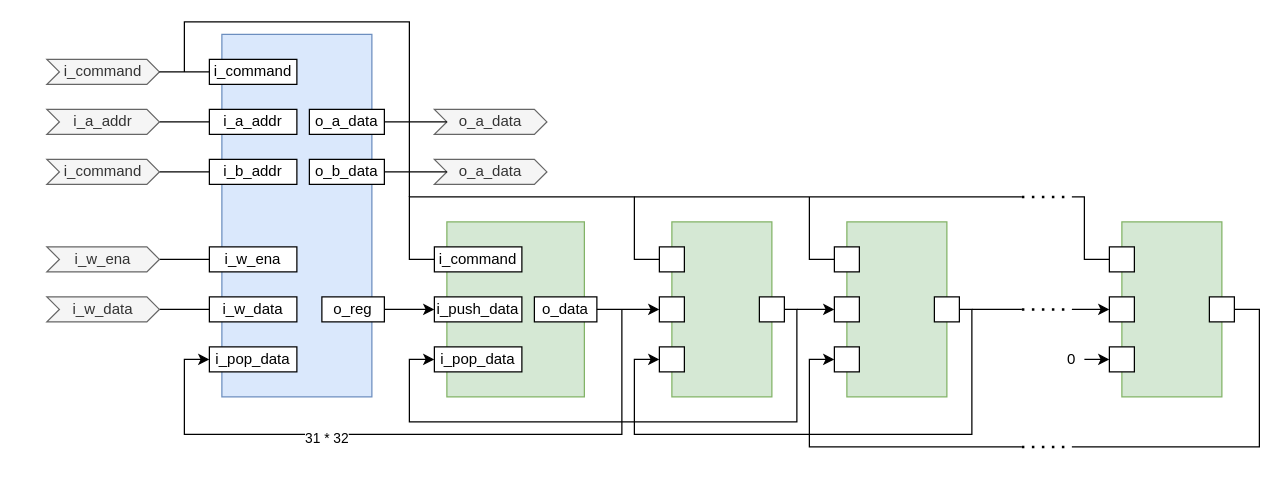
The draw.io diagram images/instance.drawio in hippo-rv/veryl_stacked_regfile, before the edit. Source tidied: cells renumbered, new cells numbered last; positions are measured from the earlier drawing's top-left corner, leaving out a move shared by most shapes. Both pictures are drawn from the tidied source at 125%, with x=0, y=0 at pixel (46, 21).
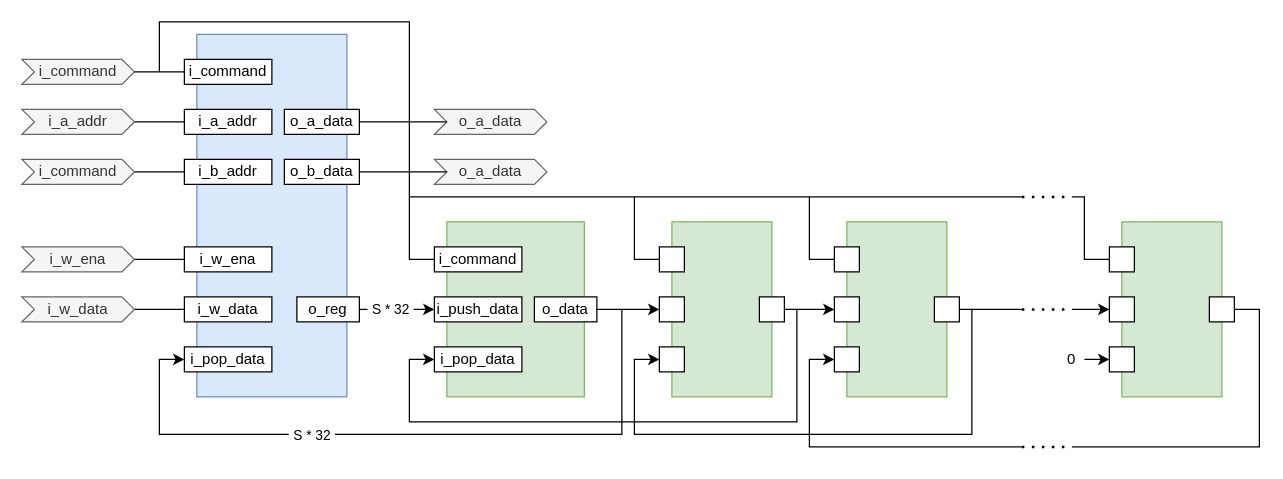
After the change.

The change refers to these unchanged cells:
```xml
<mxCell id="46" style="endArrow=classic;html=1;rounded=0;exitX=1;exitY=0.5;exitDx=0;exitDy=0;entryX=0;entryY=0.5;entryDx=0;entryDy=0;" parent="1" edge="1" source="45" target="6">
  <mxGeometry relative="1" as="geometry" />
</mxCell>
```

Diff of the diagram source:
```diff
@@
     <mxCell id="39" style="rounded=0;whiteSpace=wrap;html=1;fillColor=#dae8fc;strokeColor=#6c8ebf;" parent="1" vertex="1">
-      <mxGeometry x="140" y="10" width="120" height="290" as="geometry" />
+      <mxGeometry x="120" y="10" width="120" height="290" as="geometry" />
     </mxCell>
     <mxCell id="40" style="endArrow=classic;html=1;rounded=0;entryX=0;entryY=0.5;entryDx=0;entryDy=0;" parent="1" edge="1" target="42">
       <mxGeometry relative="1" as="geometry">
         <mxPoint x="460" y="230" as="sourcePoint" />
         <Array as="points">
           <mxPoint x="460" y="330" />
-          <mxPoint x="110" y="330" />
+          <mxPoint x="90" y="330" />
+          <mxPoint x="90" y="270" />
           <mxPoint x="110" y="270" />
         </Array>
       </mxGeometry>
     </mxCell>
-    <mxCell id="41" value="31 * 32" style="edgeLabel;html=1;align=center;verticalAlign=middle;" parent="40" vertex="1">
-      <mxGeometry x="0.27" y="2" relative="1" as="geometry" />
+    <mxCell id="41" value="&amp;nbsp;S * 32&amp;nbsp;" style="edgeLabel;html=1;align=center;verticalAlign=middle;" parent="40" vertex="1">
+      <mxGeometry x="0.27" y="2" relative="1" as="geometry">
+        <mxPoint y="-2" as="offset" />
+      </mxGeometry>
     </mxCell>
     <mxCell id="42" value="i_pop_data" style="rounded=0;whiteSpace=wrap;html=1;" parent="1" vertex="1">
-      <mxGeometry x="130" y="260" width="70" height="20" as="geometry" />
+      <mxGeometry x="110" y="260" width="70" height="20" as="geometry" />
     </mxCell>
     <mxCell id="43" value="i_command" style="rounded=0;whiteSpace=wrap;html=1;" parent="1" vertex="1">
-      <mxGeometry x="130" y="30" width="70" height="20" as="geometry" />
+      <mxGeometry x="110" y="30" width="70" height="20" as="geometry" />
     </mxCell>
     <mxCell id="44" value="i_w_ena" style="rounded=0;whiteSpace=wrap;html=1;" parent="1" vertex="1">
-      <mxGeometry x="130" y="180" width="70" height="20" as="geometry" />
+      <mxGeometry x="110" y="180" width="70" height="20" as="geometry" />
     </mxCell>
     <mxCell id="45" value="o_reg" style="rounded=0;whiteSpace=wrap;html=1;" parent="1" vertex="1">
-      <mxGeometry x="220" y="220" width="50" height="20" as="geometry" />
+      <mxGeometry x="200" y="220" width="50" height="20" as="geometry" />
     </mxCell>
@@
+    <mxCell id="67" value="&amp;nbsp;S * 32&amp;nbsp;" style="edgeLabel;html=1;align=center;verticalAlign=middle;" parent="46" vertex="1">
+      <mxGeometry x="-0.19" y="1" relative="1" as="geometry" />
+    </mxCell>
     <mxCell id="47" value="i_w_data" style="rounded=0;whiteSpace=wrap;html=1;" parent="1" vertex="1">
-      <mxGeometry x="130" y="220" width="70" height="20" as="geometry" />
+      <mxGeometry x="110" y="220" width="70" height="20" as="geometry" />
     </mxCell>
     <mxCell id="48" value="o_a_data" style="rounded=0;whiteSpace=wrap;html=1;" parent="1" vertex="1">
-      <mxGeometry x="210" y="70" width="60" height="20" as="geometry" />
+      <mxGeometry x="190" y="70" width="60" height="20" as="geometry" />
     </mxCell>
     <mxCell id="49" value="o_b_data" style="rounded=0;whiteSpace=wrap;html=1;" parent="1" vertex="1">
-      <mxGeometry x="210" y="110" width="60" height="20" as="geometry" />
+      <mxGeometry x="190" y="110" width="60" height="20" as="geometry" />
     </mxCell>
@@
     <mxCell id="54" value="i_b_addr" style="rounded=0;whiteSpace=wrap;html=1;" parent="1" vertex="1">
-      <mxGeometry x="130" y="110" width="70" height="20" as="geometry" />
+      <mxGeometry x="110" y="110" width="70" height="20" as="geometry" />
     </mxCell>
     <mxCell id="55" value="i_a_addr" style="rounded=0;whiteSpace=wrap;html=1;" parent="1" vertex="1">
-      <mxGeometry x="130" y="70" width="70" height="20" as="geometry" />
+      <mxGeometry x="110" y="70" width="70" height="20" as="geometry" />
     </mxCell>
     <mxCell id="56" value="i_command" style="shape=step;perimeter=stepPerimeter;whiteSpace=wrap;html=1;fixedSize=1;size=10;fillColor=#f5f5f5;fontColor=#333333;strokeColor=#666666;" parent="1" vertex="1">
-      <mxGeometry y="30" width="90" height="20" as="geometry" />
+      <mxGeometry x="-20" y="30" width="90" height="20" as="geometry" />
     </mxCell>
@@
     <mxCell id="58" value="i_a_addr" style="shape=step;perimeter=stepPerimeter;whiteSpace=wrap;html=1;fixedSize=1;size=10;fillColor=#f5f5f5;fontColor=#333333;strokeColor=#666666;" parent="1" vertex="1">
-      <mxGeometry y="70" width="90" height="20" as="geometry" />
+      <mxGeometry x="-20" y="70" width="90" height="20" as="geometry" />
     </mxCell>
@@
     <mxCell id="60" value="i_command" style="shape=step;perimeter=stepPerimeter;whiteSpace=wrap;html=1;fixedSize=1;size=10;fillColor=#f5f5f5;fontColor=#333333;strokeColor=#666666;" parent="1" vertex="1">
-      <mxGeometry y="110" width="90" height="20" as="geometry" />
+      <mxGeometry x="-20" y="110" width="90" height="20" as="geometry" />
     </mxCell>
@@
     <mxCell id="62" value="i_w_ena" style="shape=step;perimeter=stepPerimeter;whiteSpace=wrap;html=1;fixedSize=1;size=10;fillColor=#f5f5f5;fontColor=#333333;strokeColor=#666666;" parent="1" vertex="1">
-      <mxGeometry y="180" width="90" height="20" as="geometry" />
+      <mxGeometry x="-20" y="180" width="90" height="20" as="geometry" />
     </mxCell>
@@
     <mxCell id="64" value="i_w_data" style="shape=step;perimeter=stepPerimeter;whiteSpace=wrap;html=1;fixedSize=1;size=10;fillColor=#f5f5f5;fontColor=#333333;strokeColor=#666666;" parent="1" vertex="1">
-      <mxGeometry y="220" width="90" height="20" as="geometry" />
+      <mxGeometry x="-20" y="220" width="90" height="20" as="geometry" />
     </mxCell>
@@
     <mxCell id="66" style="endArrow=none;html=1;rounded=0;" parent="1" edge="1">
       <mxGeometry relative="1" as="geometry">
         <mxPoint x="290" y="140" as="sourcePoint" />
-        <mxPoint x="110" y="40" as="targetPoint" />
+        <mxPoint x="90" y="40" as="targetPoint" />
         <Array as="points">
           <mxPoint x="290" />
-          <mxPoint x="110" />
+          <mxPoint x="90" />
         </Array>
       </mxGeometry>
     </mxCell>
```
